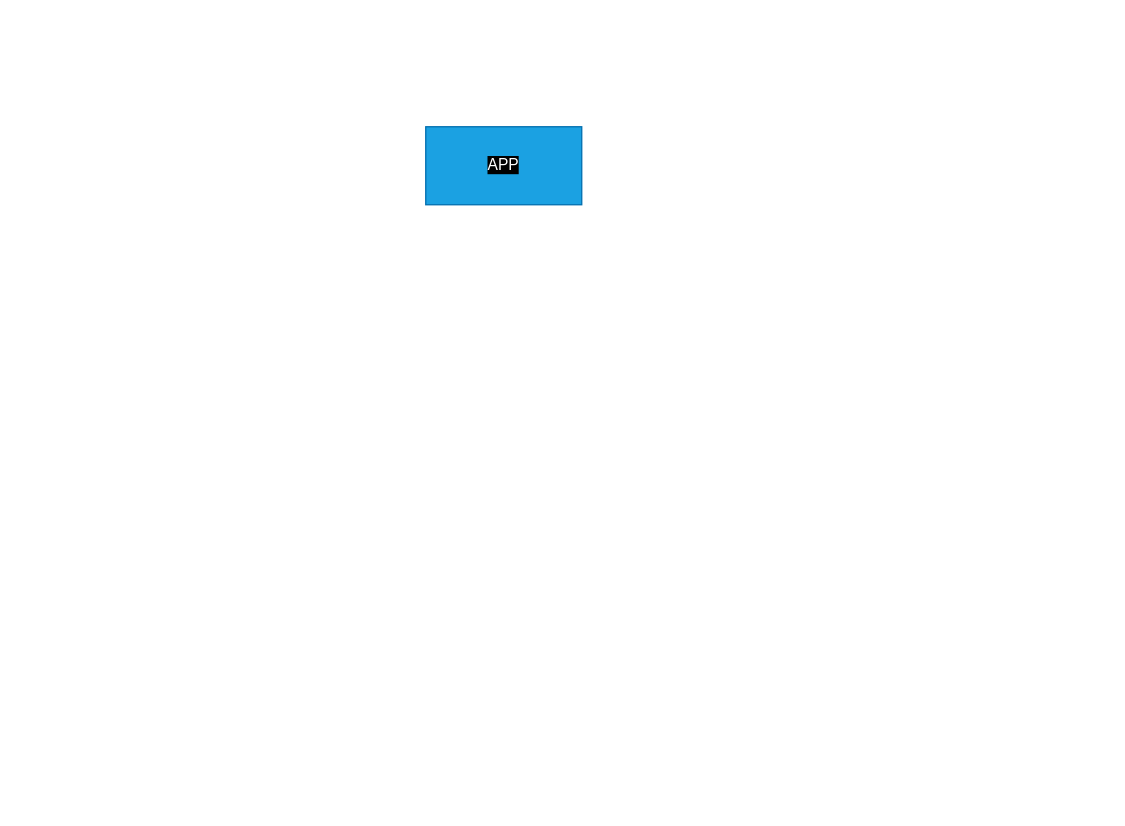
Before: docs/digram.drawio in sayaoyuri/zapRecall, a draw.io diagram. Source tidied: cells renumbered, new cells numbered last; positions are measured from the earlier drawing's top-left corner, leaving out a move shared by most shapes. Both pictures are drawn from the tidied source at 130%, with x=0, y=0 at pixel (425, 126).
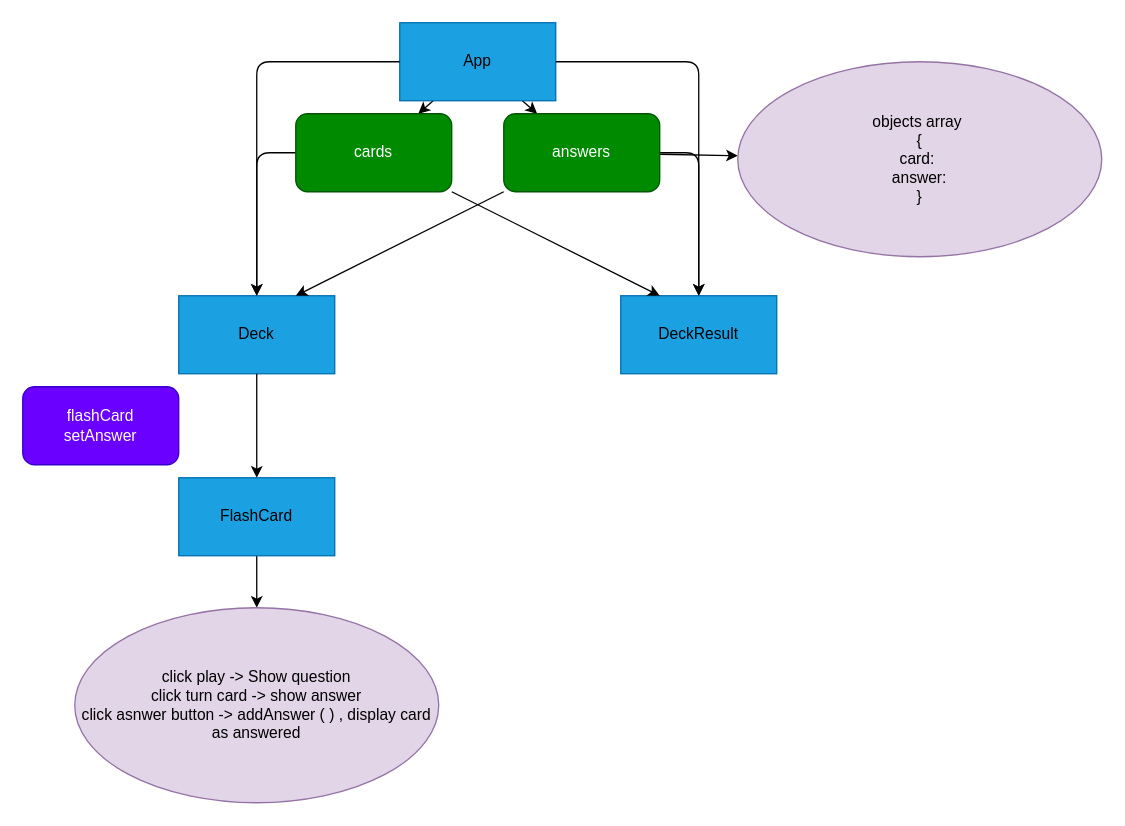
Above is the later version.

Commit message:
Docs - Tree/sketch  first version

What changed in the source:
```diff
@@
-    <mxCell id="2" value="&lt;span style=&quot;background-color: rgb(0, 0, 0);&quot;&gt;APP&lt;/span&gt;" style="rounded=0;whiteSpace=wrap;html=1;fillColor=#1ba1e2;fontColor=#ffffff;strokeColor=#006EAF;" parent="1" vertex="1">
-      <mxGeometry width="120" height="60" as="geometry" />
-    </mxCell>
+    <mxCell id="3" value="&lt;font color=&quot;#000000&quot;&gt;Deck&lt;/font&gt;" style="rounded=0;whiteSpace=wrap;html=1;fillColor=#1ba1e2;fontColor=#ffffff;strokeColor=#006EAF;" parent="1" vertex="1">
+      <mxGeometry x="-190" y="130" width="120" height="60" as="geometry" />
+    </mxCell>
+    <mxCell id="4" style="edgeStyle=none;html=1;fontColor=#000000;" parent="1" edge="1" source="6" target="20">
+      <mxGeometry relative="1" as="geometry" />
+    </mxCell>
+    <mxCell id="5" style="edgeStyle=none;html=1;fontColor=#000000;" parent="1" edge="1" source="6" target="17">
+      <mxGeometry relative="1" as="geometry" />
+    </mxCell>
+    <mxCell id="6" value="&lt;font color=&quot;#000000&quot;&gt;App&lt;/font&gt;" style="rounded=0;whiteSpace=wrap;html=1;labelBackgroundColor=none;fontColor=#ffffff;fillColor=#1ba1e2;strokeColor=#006EAF;" parent="1" vertex="1">
+      <mxGeometry x="-20" y="-80" width="120" height="60" as="geometry" />
+    </mxCell>
+    <mxCell id="7" style="endArrow=classic;html=1;fontColor=#000000;entryX=0.5;entryY=0;entryDx=0;entryDy=0;exitX=0;exitY=0.5;exitDx=0;exitDy=0;" parent="1" edge="1" source="6" target="3">
+      <mxGeometry relative="1" as="geometry">
+        <Array as="points">
+          <mxPoint x="-130" y="-50" />
+        </Array>
+      </mxGeometry>
+    </mxCell>
+    <mxCell id="8" style="edgeStyle=none;html=1;entryX=0.5;entryY=0;entryDx=0;entryDy=0;fontColor=#000000;" parent="1" edge="1" source="9" target="21">
+      <mxGeometry relative="1" as="geometry" />
+    </mxCell>
+    <mxCell id="9" value="&lt;font color=&quot;#000000&quot;&gt;FlashCard&lt;/font&gt;" style="rounded=0;whiteSpace=wrap;html=1;fillColor=#1ba1e2;fontColor=#ffffff;strokeColor=#006EAF;" parent="1" vertex="1">
+      <mxGeometry x="-190" y="270" width="120" height="60" as="geometry" />
+    </mxCell>
+    <mxCell id="10" value="&lt;font color=&quot;#000000&quot;&gt;DeckResult&lt;br&gt;&lt;/font&gt;" style="rounded=0;whiteSpace=wrap;html=1;fillColor=#1ba1e2;fontColor=#ffffff;strokeColor=#006EAF;" parent="1" vertex="1">
+      <mxGeometry x="150" y="130" width="120" height="60" as="geometry" />
+    </mxCell>
+    <mxCell id="11" style="endArrow=classic;html=1;fontColor=#000000;entryX=0.5;entryY=0;entryDx=0;entryDy=0;exitX=1;exitY=0.5;exitDx=0;exitDy=0;" parent="1" edge="1" source="6" target="10">
+      <mxGeometry relative="1" as="geometry">
+        <Array as="points">
+          <mxPoint x="210" y="-50" />
+        </Array>
+      </mxGeometry>
+    </mxCell>
+    <mxCell id="12" style="endArrow=classic;html=1;fontColor=#000000;entryX=0.5;entryY=0;entryDx=0;entryDy=0;exitX=0.5;exitY=1;exitDx=0;exitDy=0;" parent="1" edge="1" source="3" target="9">
+      <mxGeometry relative="1" as="geometry" />
+    </mxCell>
+    <mxCell id="13" style="edgeStyle=none;html=1;fontColor=#000000;exitX=1;exitY=0.5;exitDx=0;exitDy=0;" parent="1" edge="1" source="20" target="10">
+      <mxGeometry relative="1" as="geometry">
+        <Array as="points">
+          <mxPoint x="210" y="20" />
+        </Array>
+      </mxGeometry>
+    </mxCell>
+    <mxCell id="14" style="edgeStyle=none;html=1;fontColor=#000000;exitX=0;exitY=0.5;exitDx=0;exitDy=0;" parent="1" edge="1" source="17" target="3">
+      <mxGeometry relative="1" as="geometry">
+        <Array as="points">
+          <mxPoint x="-130" y="20" />
+        </Array>
+      </mxGeometry>
+    </mxCell>
+    <mxCell id="15" value="flashCard&lt;br&gt;setAnswer" style="rounded=1;whiteSpace=wrap;html=1;labelBackgroundColor=none;fillColor=#6a00ff;strokeColor=#3700CC;fontColor=#ffffff;" parent="1" vertex="1">
+      <mxGeometry x="-310" y="200" width="120" height="60" as="geometry" />
+    </mxCell>
+    <mxCell id="16" style="edgeStyle=none;html=1;fontColor=#000000;entryX=0.25;entryY=0;entryDx=0;entryDy=0;" parent="1" edge="1" source="17" target="10">
+      <mxGeometry relative="1" as="geometry" />
+    </mxCell>
+    <mxCell id="17" value="cards" style="rounded=1;whiteSpace=wrap;html=1;fillColor=#008a00;fontColor=#ffffff;strokeColor=#005700;" parent="1" vertex="1">
+      <mxGeometry x="-100" y="-10" width="120" height="60" as="geometry" />
+    </mxCell>
+    <mxCell id="18" style="edgeStyle=none;html=1;entryX=0.75;entryY=0;entryDx=0;entryDy=0;" parent="1" edge="1" source="20" target="3">
+      <mxGeometry relative="1" as="geometry" />
+    </mxCell>
+    <mxCell id="19" style="edgeStyle=none;html=1;fontColor=#000000;" parent="1" edge="1" source="20" target="22">
+      <mxGeometry relative="1" as="geometry" />
+    </mxCell>
+    <mxCell id="20" value="answers" style="rounded=1;whiteSpace=wrap;html=1;labelBackgroundColor=none;fillColor=#008a00;strokeColor=#005700;fontColor=#ffffff;" parent="1" vertex="1">
+      <mxGeometry x="60" y="-10" width="120" height="60" as="geometry" />
+    </mxCell>
+    <mxCell id="21" value="&lt;font color=&quot;#000000&quot;&gt;click play -&amp;gt; Show question&lt;br&gt;click turn card -&amp;gt; show answer&lt;br&gt;click asnwer button -&amp;gt; addAnswer ( ) , display card as answered&lt;br&gt;&lt;/font&gt;" style="ellipse;whiteSpace=wrap;html=1;fillColor=#e1d5e7;strokeColor=#9673a6;" parent="1" vertex="1">
+      <mxGeometry x="-270" y="370" width="280" height="150" as="geometry" />
+    </mxCell>
+    <mxCell id="22" value="&lt;font color=&quot;#000000&quot;&gt;objects array&amp;nbsp;&lt;br&gt;{&lt;br&gt;card:&amp;nbsp;&lt;br&gt;answer:&lt;br&gt;}&lt;br&gt;&lt;/font&gt;" style="ellipse;whiteSpace=wrap;html=1;fillColor=#e1d5e7;strokeColor=#9673a6;" parent="1" vertex="1">
+      <mxGeometry x="240" y="-50" width="280" height="150" as="geometry" />
+    </mxCell>
```
